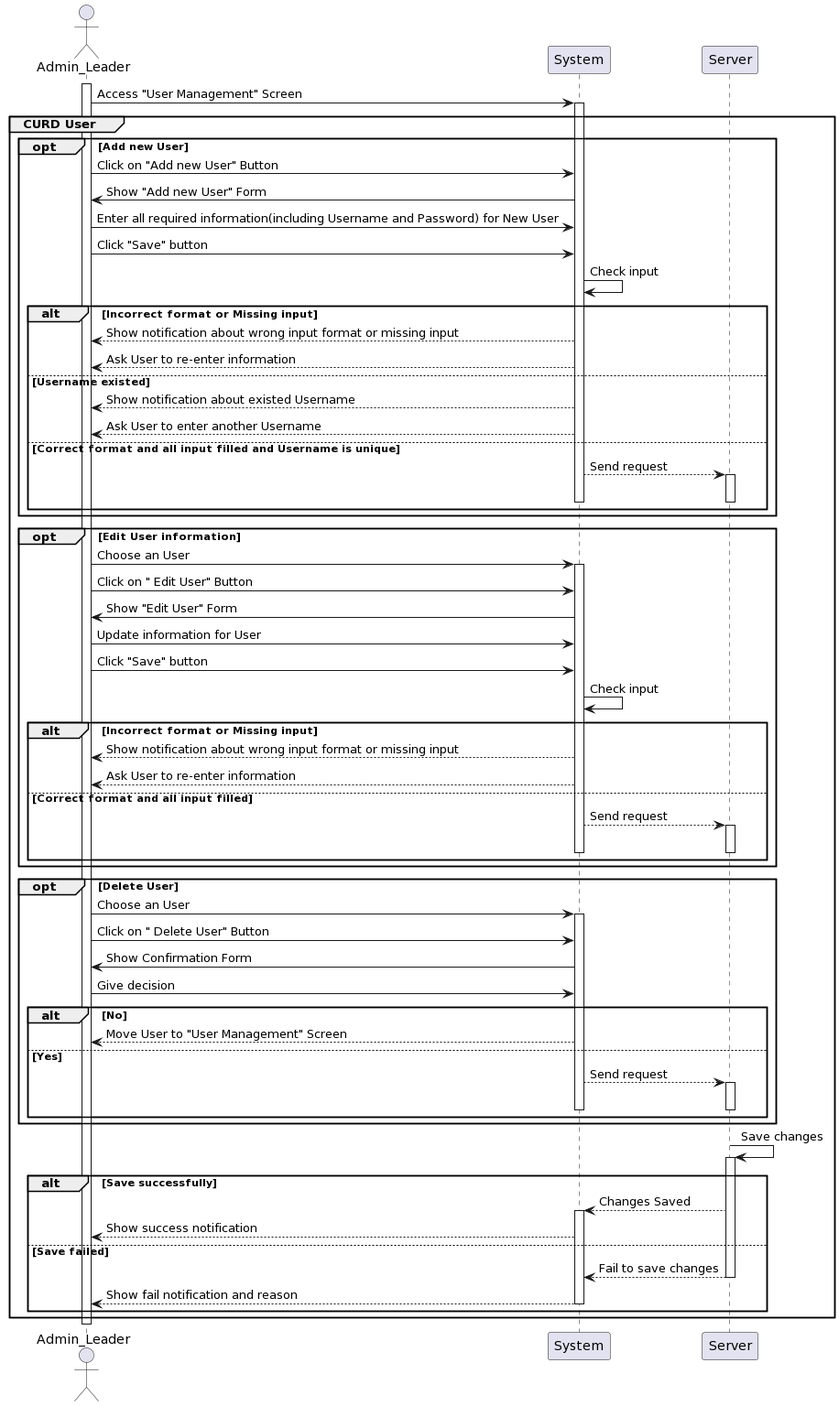
khoapham1003/SE357-Pratice-class keeps this PlantUML diagram as Lab1/Lab1.2/SequenceDiagram/SystemManagement/UserManagement/UserManagement_SequenceDiagram.png. Above is the earlier version.
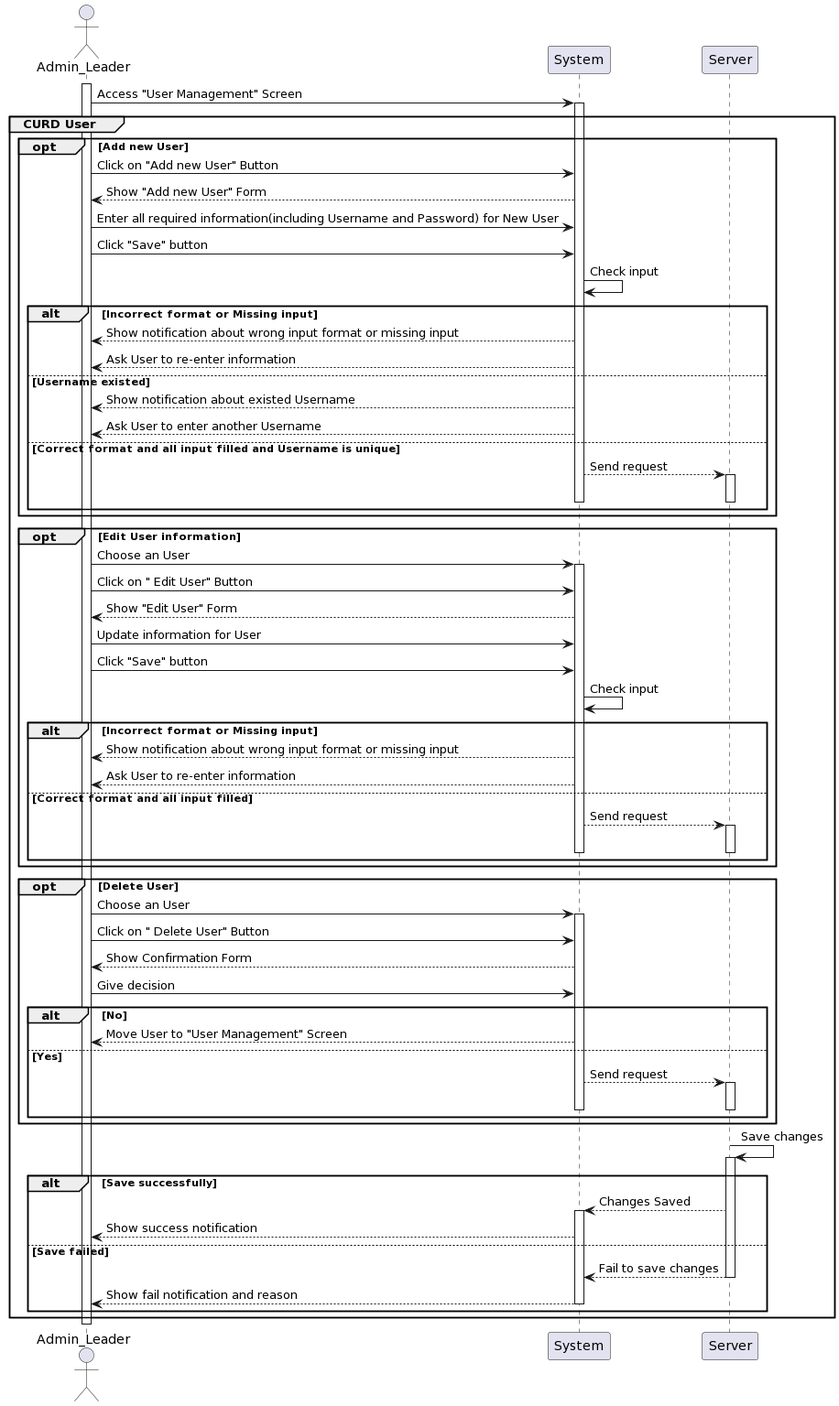
After the commit.

Diff of the diagram source:
```diff
@@ -11,7 +11,7 @@
 
 opt Add new User
     User -> System: Click on "Add new User" Button
-    System -> User: Show "Add new User" Form
+    System --> User: Show "Add new User" Form
     User -> System: Enter all required information(including Username and Password) for New User
     User -> System: Click "Save" button
     System -> System: Check input
@@ -34,7 +34,7 @@
     User -> System: Choose an User
 activate System
     User -> System: Click on " Edit User" Button
-    System -> User: Show "Edit User" Form
+    System --> User: Show "Edit User" Form
     User -> System: Update information for User
     User -> System: Click "Save" button
     System -> System: Check input
@@ -53,7 +53,7 @@
     User -> System: Choose an User
 activate System
     User -> System: Click on " Delete User" Button
-    System -> User: Show Confirmation Form
+    System --> User: Show Confirmation Form
     User -> System: Give decision
     alt No
         System--> User: Move User to "User Management" Screen
```
